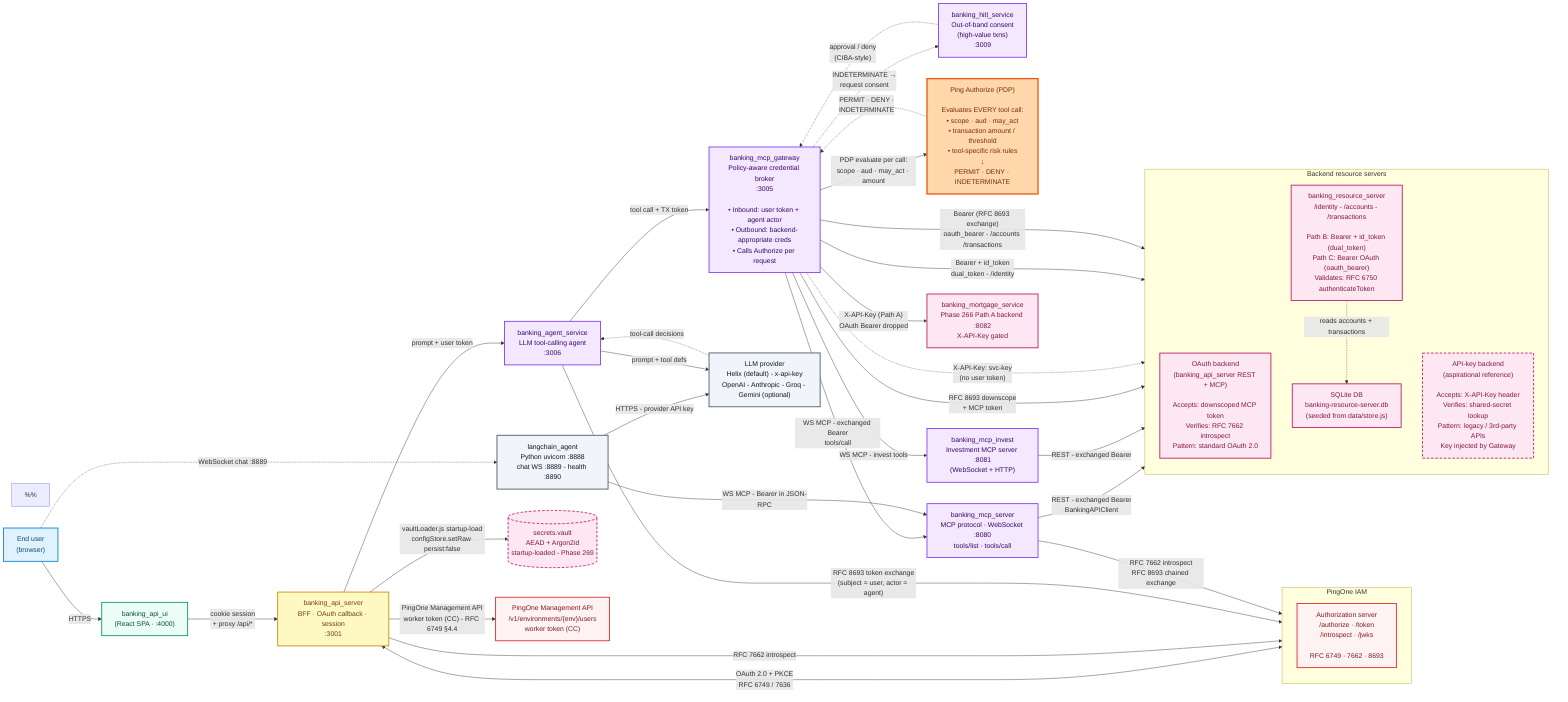
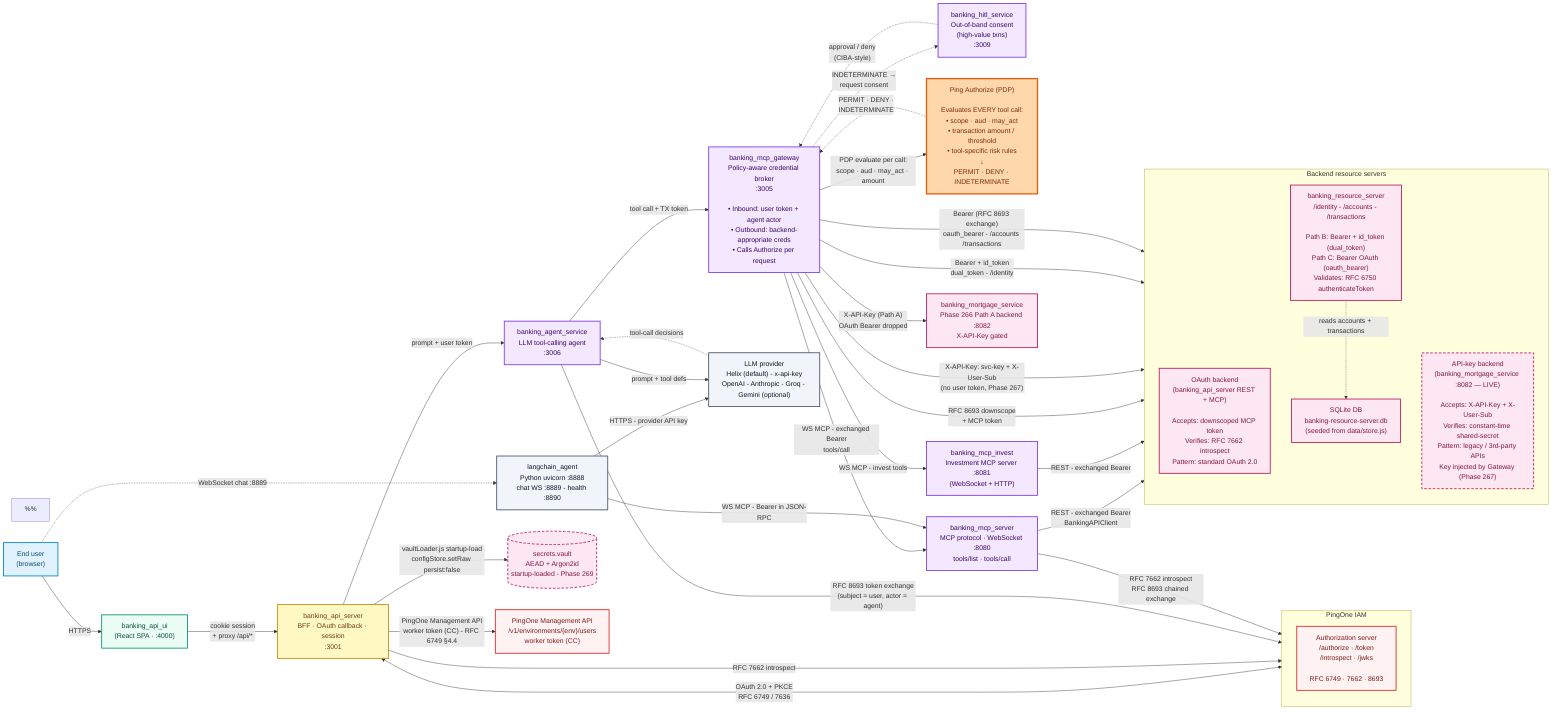
flowchart LR

    %% title: Banking Demo — Architecture (clean view)
    %% Simplified architecture diagram for /architecture/overview.
    %%
    %% Two notable layout decisions:
    %%
    %%   1. Ping Authorize is its OWN column between the Gateway and the
    %%      backends, not buried inside the PingOne cloud subgraph. Every
    %%      tool call is evaluated by Authorize, and the picture should
    %%      make that gate visible.
    %%
    %%   2. There are TWO backends on the far right:
    %%        - OAuth backend (current banking_api_server): forward the
    %%          downscoped MCP token, backend introspects.
-     %%        - API-key backend (aspirational): Gateway swaps in a service
-     %%          API key when calling — backend never sees a user token.
-     %%          Drawn with a dashed border to signal "planned / reference",
-     %%          not "live today".
+     %%        - API-key backend (LIVE, Phase 267 — banking_mortgage_service
+     %%          :8082): Gateway swaps in a service API key + X-User-Sub when
+     %%          calling — backend never sees a user token. Drawn solid: this
+     %%          path is wired end-to-end today.
    %%
    %% Regenerate the PNG with:
    %%   npm run build:diagrams -- overview
    %% or from the UI: /architecture/system → Regenerate this one (overview)

    %% ── Actors (browser side) ───────────────────────────────────────────
    User["End user<br/>(browser)"]

    %% ── Frontend ─────────────────────────────────────────────────────────
    UI["banking_api_ui<br/>(React SPA · :4000)"]

    %% ── BFF ──────────────────────────────────────────────────────────────
    BFF["banking_api_server<br/>BFF · OAuth callback · session<br/>:3001"]

    %% ── Agent service ───────────────────────────────────────────────────
    Agent["banking_agent_service<br/>LLM tool-calling agent<br/>:3006"]

    %% ── Policy-aware gateway (the credential broker) ───────────────────
    Gateway["banking_mcp_gateway<br/>Policy-aware credential broker<br/>:3005<br/><br/>• Inbound: user token + agent actor<br/>• Outbound: backend-appropriate creds<br/>• Calls Authorize per request"]

    %% ── Human-in-the-loop (out-of-band consent) ────────────────────────
    HITL["banking_hitl_service<br/>Out-of-band consent<br/>(high-value txns)<br/>:3009"]

    %% ── Ping Authorize: dedicated column for the policy gate ──────────
    Authorize["Ping Authorize (PDP)<br/><br/>Evaluates EVERY tool call:<br/>• scope · aud · may_act<br/>• transaction amount / threshold<br/>• tool-specific risk rules<br/>↓<br/>PERMIT · DENY · INDETERMINATE"]

    %% ── Additional Node services (Phase 270 audit) ─────────────────────
    MCPServer["banking_mcp_server<br/>MCP protocol · WebSocket :8080<br/>tools/list · tools/call"]
    MCPInvest["banking_mcp_invest<br/>Investment MCP server :8081<br/>(WebSocket + HTTP)"]
    Mortgage["banking_mortgage_service<br/>Phase 266 Path A backend :8082<br/>X-API-Key gated"]
    LangChain["langchain_agent<br/>Python uvicorn :8888<br/>chat WS :8889 - health :8890"]
    Vault[("secrets.vault<br/>AEAD + Argon2id<br/>startup-loaded - Phase 269")]
    MgmtAPI["PingOne Management API<br/>/v1/environments/{env}/users<br/>worker token (CC)"]

    %% Phase 266 R2: three credential paths from the Gateway.
-     %% Path A (api_key): Gateway-terminating swap, no backend call. RFC 6750 bearer dropped; X-API-Key injected.
+     %% Path A (api_key): RFC 6750 bearer dropped; X-API-Key + X-User-Sub injected; Gateway calls banking_mortgage_service :8082 (Phase 267, live).
    %% Path B (dual_token): Bearer + id_token forwarded to banking_resource_server /identity. RFC 8693 + RFC 8707 audience binding.
    %% Path C (oauth_bearer): RFC 8693 exchange, Bearer (new aud) to banking_resource_server /accounts /transactions.
    %% Paths B and C both terminate at the same banking_resource_server node at different routes.

    %% ── Two backends on the far right ─────────────────────────────────
    subgraph Backends["Backend resource servers"]
      direction TB
      OAuthRS["OAuth backend<br/>(banking_api_server REST + MCP)<br/><br/>Accepts: downscoped MCP token<br/>Verifies: RFC 7662 introspect<br/>Pattern: standard OAuth 2.0"]
-       APIKeyRS["API-key backend<br/>(aspirational reference)<br/><br/>Accepts: X-API-Key header<br/>Verifies: shared-secret lookup<br/>Pattern: legacy / 3rd-party APIs<br/>Key injected by Gateway"]
+       APIKeyRS["API-key backend<br/>(banking_mortgage_service :8082 — LIVE)<br/><br/>Accepts: X-API-Key + X-User-Sub<br/>Verifies: constant-time shared-secret<br/>Pattern: legacy / 3rd-party APIs<br/>Key injected by Gateway (Phase 267)"]
      BankingRS["banking_resource_server<br/>/identity - /accounts - /transactions<br/><br/>Path B: Bearer + id_token (dual_token)<br/>Path C: Bearer OAuth (oauth_bearer)<br/>Validates: RFC 6750 authenticateToken"]
      SQLite["SQLite DB<br/>banking-resource-server.db<br/>(seeded from data/store.js)"]
    end

    %% ── PingOne IAM (auth server) ───────────────────────────────────────
    subgraph PingOne["PingOne IAM"]
      direction TB
      AS["Authorization server<br/>/authorize · /token<br/>/introspect · /jwks<br/><br/>RFC 6749 · 7662 · 8693"]
    end

    %% ── Optional LLMs ───────────────────────────────────────────────────
    LLM["LLM provider<br/>Helix (default) - x-api-key<br/>OpenAI - Anthropic - Groq - Gemini (optional)"]

    %% ── Flow: browser → SPA → BFF ──────────────────────────────────────
    User -->|HTTPS| UI
    UI -->|cookie session<br/>+ proxy /api/*| BFF

    %% ── BFF ↔ PingOne (OAuth handshakes) ───────────────────────────────
    BFF <-->|"OAuth 2.0 + PKCE<br/>RFC 6749 / 7636"| AS
    BFF -->|"RFC 7662 introspect"| AS

    %% ── Agent flow ─────────────────────────────────────────────────────
    BFF -->|"prompt + user token"| Agent
    Agent -->|"RFC 8693 token exchange<br/>(subject = user, actor = agent)"| AS
    Agent -->|"tool call + TX token"| Gateway

    %% ── Phase 270: edges for newly-named services ─────────────────────
    Gateway -->|"WS MCP - exchanged Bearer<br/>tools/call"| MCPServer
    Gateway -->|"WS MCP - invest tools"| MCPInvest
    Gateway -->|"X-API-Key (Path A)<br/>OAuth Bearer dropped"| Mortgage
    MCPServer -->|"REST - exchanged Bearer<br/>BankingAPIClient"| OAuthRS
    MCPServer -->|"RFC 7662 introspect<br/>RFC 8693 chained exchange"| AS
    MCPInvest -->|"REST - exchanged Bearer"| OAuthRS
    BFF -->|"PingOne Management API<br/>worker token (CC) - RFC 6749 §4.4"| MgmtAPI
    BFF -->|"vaultLoader.js startup-load<br/>configStore.setRaw persist:false"| Vault
    LangChain -->|"WS MCP - Bearer in JSON-RPC"| MCPServer
    LangChain -->|"HTTPS - provider API key"| LLM
    User -.->|"WebSocket chat :8889"| LangChain

    %% ── Gateway is the policy gate AND the credential broker ──────────
    Gateway -->|"PDP evaluate per call:<br/>scope · aud · may_act · amount"| Authorize
    Authorize -.->|"PERMIT · DENY ·<br/>INDETERMINATE"| Gateway

    %% ── Permitted → forwarded with the RIGHT credential per backend ───
    Gateway -->|"RFC 8693 downscope<br/>+ MCP token"| OAuthRS
-     Gateway -.->|"X-API-Key: svc-key<br/>(no user token)"| APIKeyRS
+     Gateway -->|"X-API-Key: svc-key + X-User-Sub<br/>(no user token, Phase 267)"| APIKeyRS

    %% Phase 266 R2: Path B and Path C both reach banking_resource_server
    Gateway -->|"Bearer + id_token<br/>dual_token - /identity"| BankingRS
    Gateway -->|"Bearer (RFC 8693 exchange)<br/>oauth_bearer - /accounts /transactions"| BankingRS
    BankingRS -.->|"reads accounts + transactions"| SQLite

    %% ── INDETERMINATE → HITL out-of-band consent ──────────────────────
    Gateway -.->|"INDETERMINATE →<br/>request consent"| HITL
    HITL -.->|"approval / deny<br/>(CIBA-style)"| Gateway

    %% ── Agent talks to the LLM for tool-call decisions ────────────────
    Agent -->|"prompt + tool defs"| LLM
    LLM -.->|"tool-call decisions"| Agent

    %% ── Styling: one colour per tier so layers read at a glance ──────
    classDef user      fill:#e0f2fe,stroke:#0284c7,color:#0c4a6e,stroke-width:2px
    classDef frontend  fill:#ecfdf5,stroke:#059669,color:#064e3b,stroke-width:2px
    classDef bff       fill:#fef9c3,stroke:#ca8a04,color:#713f12,stroke-width:2px
    classDef tool      fill:#f3e8ff,stroke:#7c3aed,color:#3b0764,stroke-width:2px
    classDef authorize fill:#fed7aa,stroke:#ea580c,color:#7c2d12,stroke-width:3px
    classDef backend   fill:#fce7f3,stroke:#be185d,color:#831843,stroke-width:2px
    classDef planned   fill:#fce7f3,stroke:#be185d,color:#831843,stroke-width:2px,stroke-dasharray: 6 4
    classDef cloud     fill:#fef2f2,stroke:#dc2626,color:#7f1d1d,stroke-width:2px
    classDef external  fill:#f1f5f9,stroke:#475569,color:#0f172a,stroke-width:2px

    class User user
    class UI frontend
    class BFF bff
    class Agent,Gateway,HITL tool
    class Authorize authorize
    class OAuthRS backend
    class APIKeyRS planned
    class BankingRS backend
    class SQLite backend
    class AS cloud
    class LLM external
    class MCPServer,MCPInvest tool
    class Mortgage backend
    class MgmtAPI cloud
    class LangChain external
    class Vault planned
